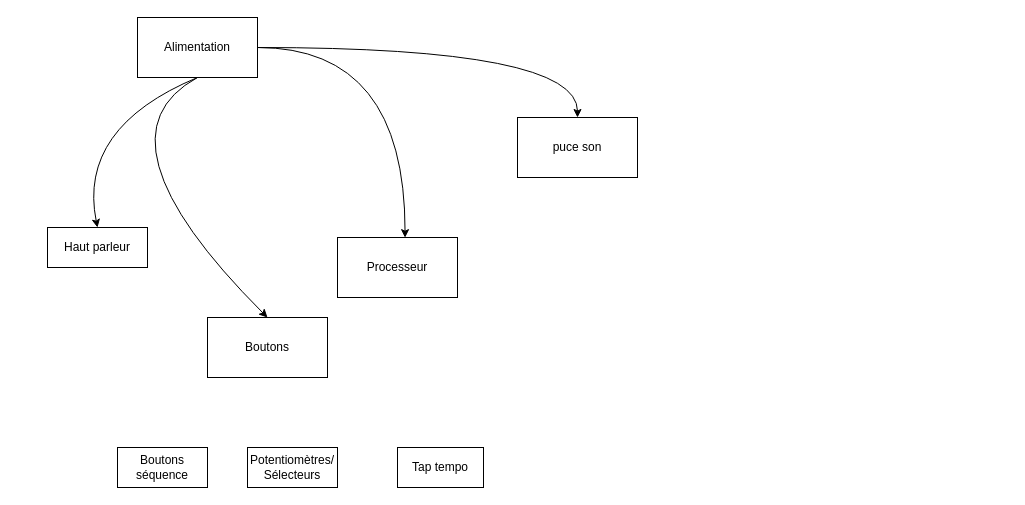
The draw.io diagram Diagramme d'architecture.drawio in YaelCAV/2324_Projet1A_Sequencer, before the edit. Source tidied: cells renumbered, new cells numbered last; positions are measured from the earlier drawing's top-left corner, leaving out a move shared by most shapes. Both pictures are drawn from the tidied source at 100%, with x=0, y=0 at pixel (47, 17).
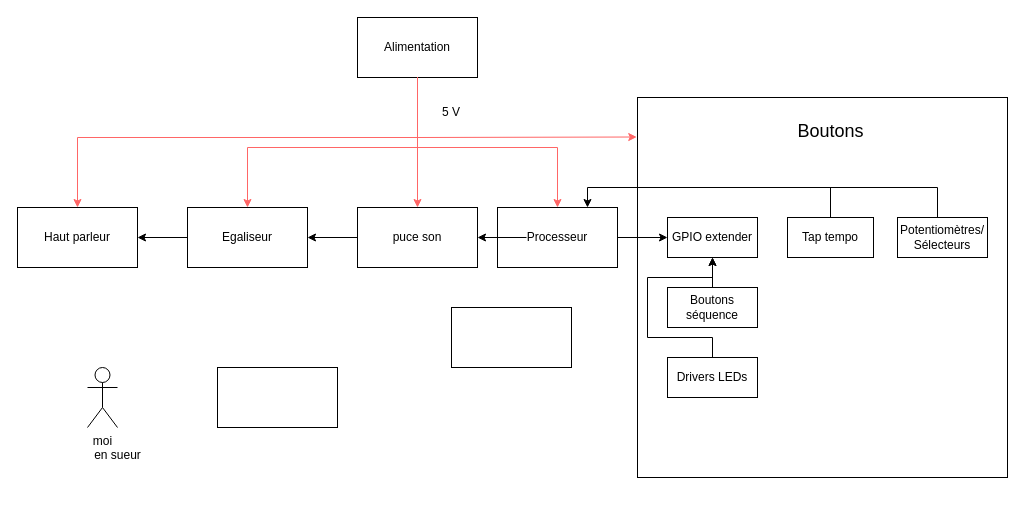
The same diagram, later.

Commit message:
Mettre à jour Diagramme d'architecture.drawio v1.1

The edit, as a diff of the source:
```diff
@@
     <mxCell id="2" value="Processeur" style="rounded=0;whiteSpace=wrap;html=1;" parent="1" vertex="1">
-      <mxGeometry x="290" y="220" width="120" height="60" as="geometry" />
+      <mxGeometry x="450" y="190" width="120" height="60" as="geometry" />
     </mxCell>
     <mxCell id="3" value="Alimentation" style="rounded=0;whiteSpace=wrap;html=1;" parent="1" vertex="1">
-      <mxGeometry x="90" width="120" height="60" as="geometry" />
+      <mxGeometry x="310" width="120" height="60" as="geometry" />
     </mxCell>
     <mxCell id="4" value="puce son" style="rounded=0;whiteSpace=wrap;html=1;" parent="1" vertex="1">
-      <mxGeometry x="470" y="100" width="120" height="60" as="geometry" />
+      <mxGeometry x="310" y="190" width="120" height="60" as="geometry" />
     </mxCell>
-    <mxCell id="5" value="Boutons" style="rounded=0;whiteSpace=wrap;html=1;" parent="1" vertex="1">
-      <mxGeometry x="160" y="300" width="120" height="60" as="geometry" />
+    <mxCell id="5" style="rounded=0;whiteSpace=wrap;html=1;align=left;" parent="1" vertex="1">
+      <mxGeometry x="590" y="80" width="370" height="380" as="geometry" />
     </mxCell>
     <mxCell id="6" value="Haut parleur" style="rounded=0;whiteSpace=wrap;html=1;" parent="1" vertex="1">
-      <mxGeometry y="210" width="100" height="40" as="geometry" />
+      <mxGeometry x="-30" y="190" width="120" height="60" as="geometry" />
     </mxCell>
-    <mxCell id="7" style="curved=1;endArrow=classic;html=1;rounded=0;exitX=0.5;exitY=1;exitDx=0;exitDy=0;entryX=0.5;entryY=0;entryDx=0;entryDy=0;" parent="1" edge="1" source="3" target="6">
-      <mxGeometry relative="1" as="geometry">
-        <Array as="points">
-          <mxPoint x="30" y="110" />
-        </Array>
-      </mxGeometry>
-    </mxCell>
-    <mxCell id="8" style="curved=1;endArrow=classic;html=1;rounded=0;exitX=0.5;exitY=1;exitDx=0;exitDy=0;entryX=0.5;entryY=0;entryDx=0;entryDy=0;" parent="1" edge="1" source="3" target="5">
-      <mxGeometry relative="1" as="geometry">
-        <Array as="points">
-          <mxPoint x="40" y="120" />
-        </Array>
-      </mxGeometry>
-    </mxCell>
-    <mxCell id="9" style="curved=1;endArrow=classic;html=1;rounded=0;entryX=0.563;entryY=0.003;entryDx=0;entryDy=0;entryPerimeter=0;edgeStyle=orthogonalEdgeStyle;exitX=1;exitY=0.5;exitDx=0;exitDy=0;" parent="1" edge="1" source="3" target="2">
-      <mxGeometry relative="1" as="geometry" />
-    </mxCell>
-    <mxCell id="10" style="curved=1;endArrow=classic;html=1;rounded=0;exitX=1;exitY=0.5;exitDx=0;exitDy=0;entryX=0.5;entryY=0;entryDx=0;entryDy=0;edgeStyle=orthogonalEdgeStyle;" parent="1" edge="1" source="3" target="4">
-      <mxGeometry relative="1" as="geometry" />
-    </mxCell>
     <mxCell id="11" value="Tap tempo" style="rounded=0;whiteSpace=wrap;html=1;" parent="1" vertex="1">
-      <mxGeometry x="350" y="430" width="86" height="40" as="geometry" />
+      <mxGeometry x="740" y="200" width="86" height="40" as="geometry" />
     </mxCell>
     <mxCell id="12" value="Boutons séquence" style="rounded=0;whiteSpace=wrap;html=1;" parent="1" vertex="1">
-      <mxGeometry x="70" y="430" width="90" height="40" as="geometry" />
+      <mxGeometry x="620" y="270" width="90" height="40" as="geometry" />
     </mxCell>
     <mxCell id="13" value="Potentiomètres/&lt;div&gt;Sélecteurs&lt;/div&gt;" style="rounded=0;whiteSpace=wrap;html=1;" parent="1" vertex="1">
-      <mxGeometry x="200" y="430" width="90" height="40" as="geometry" />
+      <mxGeometry x="850" y="200" width="90" height="40" as="geometry" />
     </mxCell>
+    <mxCell id="14" value="Egaliseur" style="rounded=0;whiteSpace=wrap;html=1;" parent="1" vertex="1">
+      <mxGeometry x="140" y="190" width="120" height="60" as="geometry" />
+    </mxCell>
+    <mxCell id="15" value="Drivers LEDs" style="rounded=0;whiteSpace=wrap;html=1;" parent="1" vertex="1">
+      <mxGeometry x="620" y="340" width="90" height="40" as="geometry" />
+    </mxCell>
+    <mxCell id="16" style="rounded=0;whiteSpace=wrap;html=1;" parent="1" vertex="1">
+      <mxGeometry x="404" y="290" width="120" height="60" as="geometry" />
+    </mxCell>
+    <mxCell id="17" style="rounded=0;whiteSpace=wrap;html=1;" parent="1" vertex="1">
+      <mxGeometry x="170" y="350" width="120" height="60" as="geometry" />
+    </mxCell>
+    <mxCell id="18" value="GPIO extender" style="rounded=0;whiteSpace=wrap;html=1;" parent="1" vertex="1">
+      <mxGeometry x="620" y="200" width="90" height="40" as="geometry" />
+    </mxCell>
+    <mxCell id="7" style="endArrow=classic;html=1;rounded=0;exitX=0.5;exitY=1;exitDx=0;exitDy=0;entryX=0.5;entryY=0;entryDx=0;entryDy=0;strokeColor=#FF6666;" parent="1" edge="1" source="3" target="6">
+      <mxGeometry relative="1" as="geometry">
+        <Array as="points">
+          <mxPoint x="370" y="120" />
+          <mxPoint x="30" y="120" />
+        </Array>
+      </mxGeometry>
+    </mxCell>
+    <mxCell id="19" style="endArrow=classic;html=1;rounded=0;exitX=0.5;exitY=1;exitDx=0;exitDy=0;entryX=0.5;entryY=0;entryDx=0;entryDy=0;strokeColor=#FF6666;" parent="1" edge="1" source="3" target="14">
+      <mxGeometry relative="1" as="geometry">
+        <Array as="points">
+          <mxPoint x="370" y="130" />
+          <mxPoint x="200" y="130" />
+        </Array>
+      </mxGeometry>
+    </mxCell>
+    <mxCell id="20" style="endArrow=classic;html=1;rounded=0;strokeColor=#FF6666;entryX=-0.002;entryY=0.104;entryDx=0;entryDy=0;entryPerimeter=0;" parent="1" edge="1" target="5">
+      <mxGeometry relative="1" as="geometry">
+        <mxPoint x="370" y="60" as="sourcePoint" />
+        <Array as="points">
+          <mxPoint x="370" y="120" />
+        </Array>
+      </mxGeometry>
+    </mxCell>
+    <mxCell id="21" style="endArrow=classic;html=1;rounded=0;entryX=0.5;entryY=0;entryDx=0;entryDy=0;strokeColor=#FF6666;" parent="1" edge="1" target="2">
+      <mxGeometry relative="1" as="geometry">
+        <mxPoint x="370" y="60" as="sourcePoint" />
+        <Array as="points">
+          <mxPoint x="370" y="130" />
+          <mxPoint x="510" y="130" />
+        </Array>
+      </mxGeometry>
+    </mxCell>
+    <mxCell id="10" style="endArrow=classic;html=1;rounded=0;exitX=0.5;exitY=1;exitDx=0;exitDy=0;entryX=0.5;entryY=0;entryDx=0;entryDy=0;strokeColor=#FF6666;" parent="1" edge="1" source="3" target="4">
+      <mxGeometry relative="1" as="geometry" />
+    </mxCell>
+    <mxCell id="22" value="5 V" style="text;html=1;align=center;verticalAlign=middle;whiteSpace=wrap;rounded=0;" parent="1" vertex="1">
+      <mxGeometry x="374" y="80" width="60" height="30" as="geometry" />
+    </mxCell>
+    <mxCell id="23" style="endArrow=classic;html=1;rounded=0;exitX=0;exitY=0.5;exitDx=0;exitDy=0;entryX=1;entryY=0.5;entryDx=0;entryDy=0;" parent="1" edge="1" source="14" target="6">
+      <mxGeometry relative="1" as="geometry" />
+    </mxCell>
+    <mxCell id="24" style="endArrow=classic;html=1;rounded=0;entryX=1;entryY=0.5;entryDx=0;entryDy=0;exitX=0;exitY=0.5;exitDx=0;exitDy=0;" parent="1" edge="1" source="4" target="14">
+      <mxGeometry relative="1" as="geometry" />
+    </mxCell>
+    <mxCell id="25" style="endArrow=classic;html=1;rounded=0;entryX=1;entryY=0.5;entryDx=0;entryDy=0;" parent="1" edge="1" target="4">
+      <mxGeometry relative="1" as="geometry">
+        <mxPoint x="479" y="220" as="sourcePoint" />
+      </mxGeometry>
+    </mxCell>
+    <mxCell id="26" value="moi" style="shape=umlActor;verticalLabelPosition=bottom;verticalAlign=top;html=1;" parent="1" vertex="1">
+      <mxGeometry x="40" y="350" width="30" height="60" as="geometry" />
+    </mxCell>
+    <mxCell id="27" style="endArrow=classic;html=1;rounded=0;entryX=0;entryY=0.5;entryDx=0;entryDy=0;exitX=1;exitY=0.5;exitDx=0;exitDy=0;" parent="1" edge="1" source="2" target="18">
+      <mxGeometry relative="1" as="geometry" />
+    </mxCell>
+    <mxCell id="28" style="endArrow=classic;html=1;rounded=0;entryX=0.5;entryY=1;entryDx=0;entryDy=0;exitX=0.5;exitY=0;exitDx=0;exitDy=0;" parent="1" edge="1" source="12" target="18">
+      <mxGeometry relative="1" as="geometry" />
+    </mxCell>
+    <mxCell id="29" style="endArrow=classic;html=1;rounded=0;exitX=0.5;exitY=0;exitDx=0;exitDy=0;entryX=0.5;entryY=1;entryDx=0;entryDy=0;" parent="1" edge="1" source="15" target="18">
+      <mxGeometry relative="1" as="geometry">
+        <Array as="points">
+          <mxPoint x="665" y="320" />
+          <mxPoint x="600" y="320" />
+          <mxPoint x="600" y="260" />
+          <mxPoint x="665" y="260" />
+        </Array>
+      </mxGeometry>
+    </mxCell>
+    <mxCell id="30" style="endArrow=classic;html=1;rounded=0;exitX=0.5;exitY=0;exitDx=0;exitDy=0;entryX=0.75;entryY=0;entryDx=0;entryDy=0;" parent="1" edge="1" source="11" target="2">
+      <mxGeometry relative="1" as="geometry">
+        <Array as="points">
+          <mxPoint x="783" y="170" />
+          <mxPoint x="540" y="170" />
+        </Array>
+      </mxGeometry>
+    </mxCell>
+    <mxCell id="31" style="endArrow=none;html=1;rounded=0;" parent="1" edge="1">
+      <mxGeometry relative="1" as="geometry">
+        <mxPoint x="890" y="200" as="sourcePoint" />
+        <mxPoint x="780" y="170" as="targetPoint" />
+        <Array as="points">
+          <mxPoint x="890" y="170" />
+        </Array>
+      </mxGeometry>
+    </mxCell>
+    <mxCell id="32" value="&lt;font style=&quot;font-size: 18px;&quot;&gt;Boutons&lt;/font&gt;&lt;div style=&quot;font-size: 18px;&quot;&gt;&lt;br&gt;&lt;/div&gt;" style="text;html=1;align=center;verticalAlign=middle;whiteSpace=wrap;rounded=0;" parent="1" vertex="1">
+      <mxGeometry x="729.5" y="100" width="107" height="50" as="geometry" />
+    </mxCell>
+    <mxCell id="33" value="&amp;nbsp; &amp;nbsp; &amp;nbsp; &amp;nbsp; &amp;nbsp; &amp;nbsp; &amp;nbsp;&amp;nbsp;&lt;div&gt;&lt;br&gt;&lt;/div&gt;&lt;div&gt;en sueur&lt;/div&gt;" style="text;html=1;align=center;verticalAlign=middle;strokeColor=none;fillColor=none;" parent="1" vertex="1">
+      <mxGeometry x="35" y="393" width="70" height="60" as="geometry" />
+    </mxCell>
```
